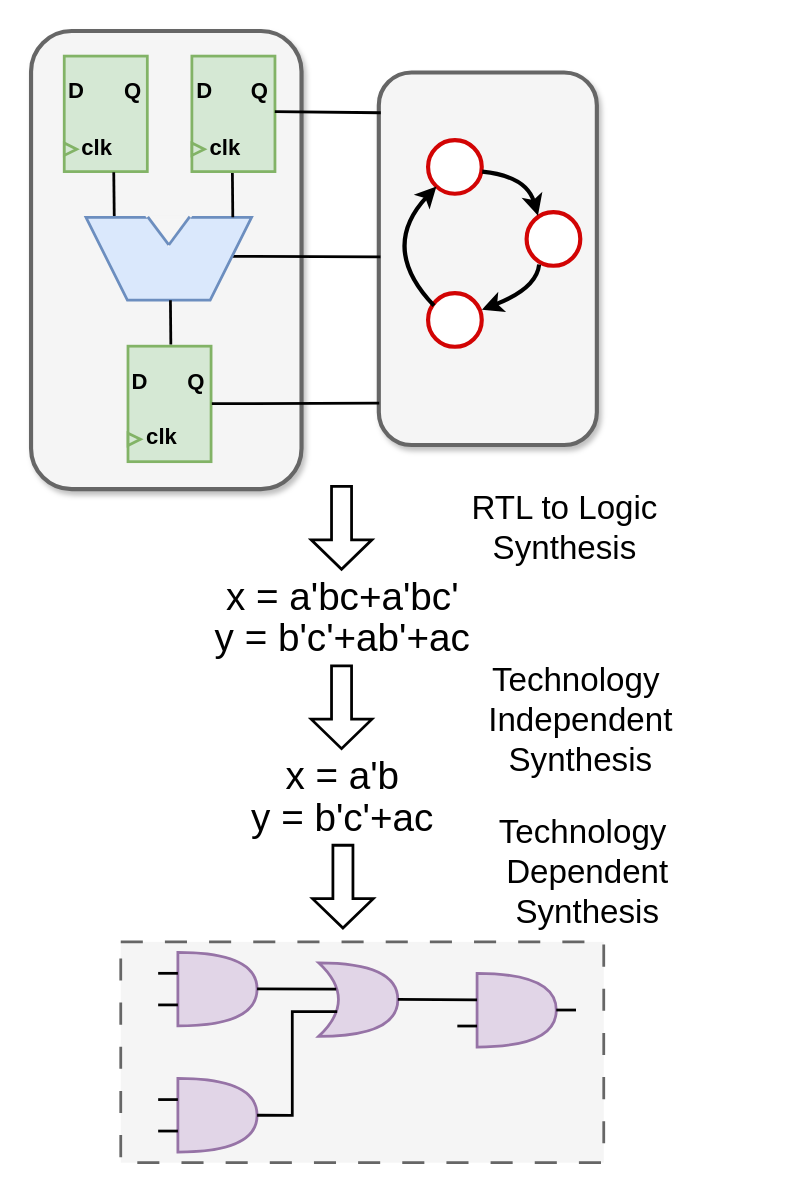
Earlier version of the draw.io diagram bak4logicsynthesis.drawio (kxzhu0505/LogicSynOpt). Source tidied: cells renumbered, new cells numbered last; positions are measured from the earlier drawing's top-left corner, leaving out a move shared by most shapes. Both pictures are drawn from the tidied source at 138%, with x=0, y=0 at pixel (30, 30).
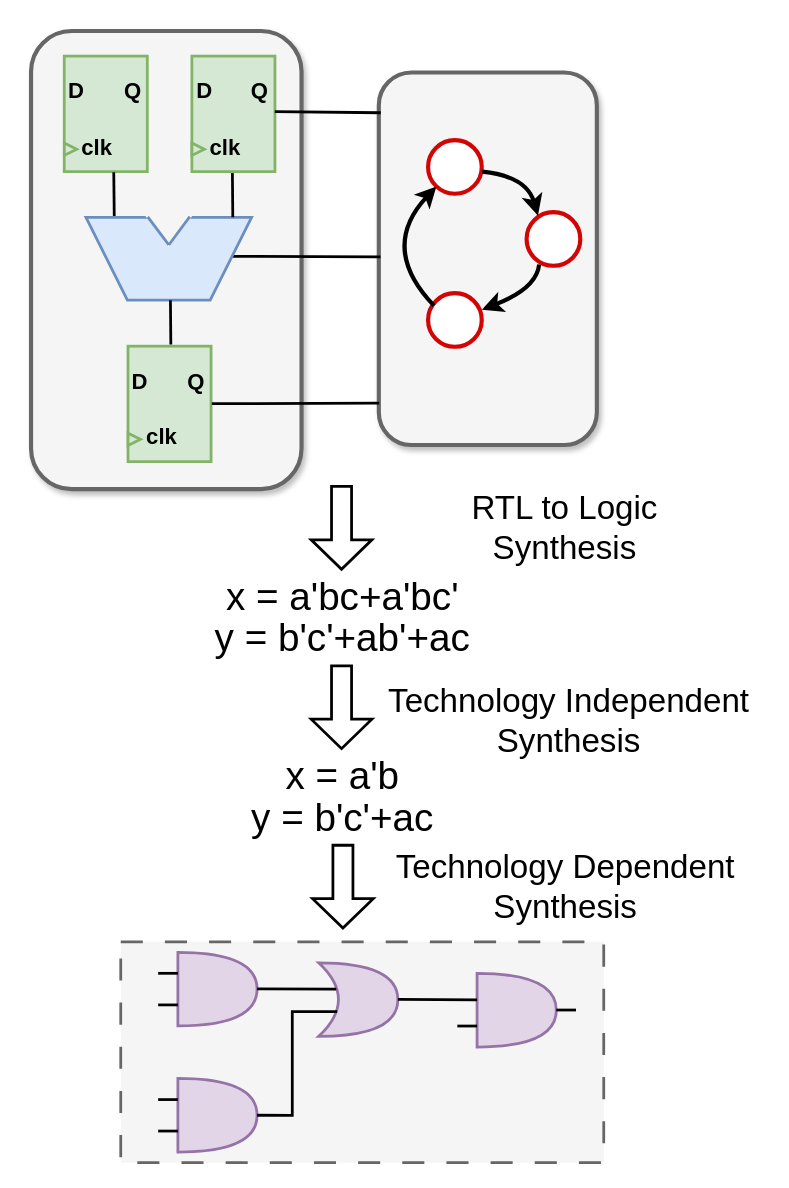
The same diagram, later.

Diff of the diagram source:
```diff
@@
-    <mxCell id="39" value="&lt;font style=&quot;font-size: 24px;&quot;&gt;Technology&amp;nbsp;&lt;/font&gt;&lt;div style=&quot;font-size: 24px;&quot;&gt;&lt;font style=&quot;font-size: 24px;&quot;&gt;Independent&lt;/font&gt;&lt;/div&gt;&lt;div style=&quot;font-size: 24px;&quot;&gt;&lt;font style=&quot;font-size: 24px;&quot;&gt;Synthesis&lt;/font&gt;&lt;/div&gt;" style="text;html=1;align=center;verticalAlign=middle;whiteSpace=wrap;rounded=0;fontFamily=Helvetica;strokeWidth=3;" parent="1" vertex="1">
-      <mxGeometry x="287" y="470" width="223" height="60" as="geometry" />
+    <mxCell id="39" value="&lt;font style=&quot;font-size: 24px;&quot;&gt;Technology&amp;nbsp;&lt;/font&gt;&lt;span style=&quot;font-size: 24px; background-color: initial;&quot;&gt;Independent&lt;/span&gt;&lt;div style=&quot;font-size: 24px;&quot;&gt;&lt;font style=&quot;font-size: 24px;&quot;&gt;Synthesis&lt;/font&gt;&lt;/div&gt;" style="text;html=1;align=center;verticalAlign=middle;whiteSpace=wrap;rounded=0;fontFamily=Helvetica;strokeWidth=3;" parent="1" vertex="1">
+      <mxGeometry x="248" y="470" width="284" height="60" as="geometry" />
     </mxCell>
-    <mxCell id="40" value="&lt;font style=&quot;font-size: 24px;&quot;&gt;Technology&amp;nbsp;&lt;/font&gt;&lt;div style=&quot;font-size: 24px;&quot;&gt;&lt;font style=&quot;font-size: 24px;&quot;&gt;Dependent&lt;/font&gt;&lt;/div&gt;&lt;div style=&quot;font-size: 24px;&quot;&gt;&lt;font style=&quot;font-size: 24px;&quot;&gt;Synthesis&lt;/font&gt;&lt;/div&gt;" style="text;html=1;align=center;verticalAlign=middle;whiteSpace=wrap;rounded=0;fontFamily=Helvetica;strokeWidth=3;" parent="1" vertex="1">
-      <mxGeometry x="287" y="580" width="233" height="60" as="geometry" />
+    <mxCell id="40" value="&lt;font style=&quot;font-size: 24px;&quot;&gt;Technology&amp;nbsp;&lt;/font&gt;&lt;span style=&quot;font-size: 24px; background-color: initial;&quot;&gt;Dependent&lt;/span&gt;&lt;div style=&quot;font-size: 24px;&quot;&gt;&lt;font style=&quot;font-size: 24px;&quot;&gt;Synthesis&lt;/font&gt;&lt;/div&gt;" style="text;html=1;align=center;verticalAlign=middle;whiteSpace=wrap;rounded=0;fontFamily=Helvetica;strokeWidth=3;" parent="1" vertex="1">
+      <mxGeometry x="270.5" y="590" width="233" height="60" as="geometry" />
     </mxCell>
```
